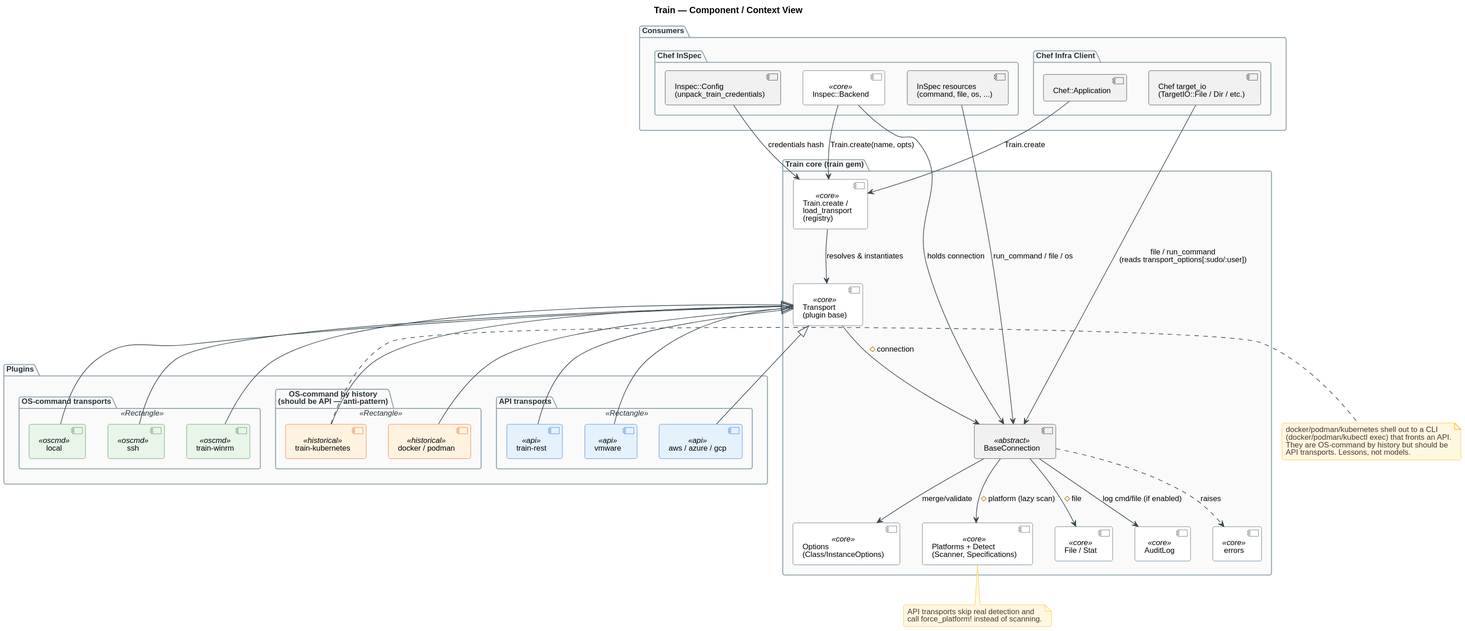
This is context/local/architecture/diagrams/01-component-context.svg from inspec/train, a PlantUML export, as it was before one commit. Its source is kept beside it as context/local/architecture/diagrams/01-component-context.puml.
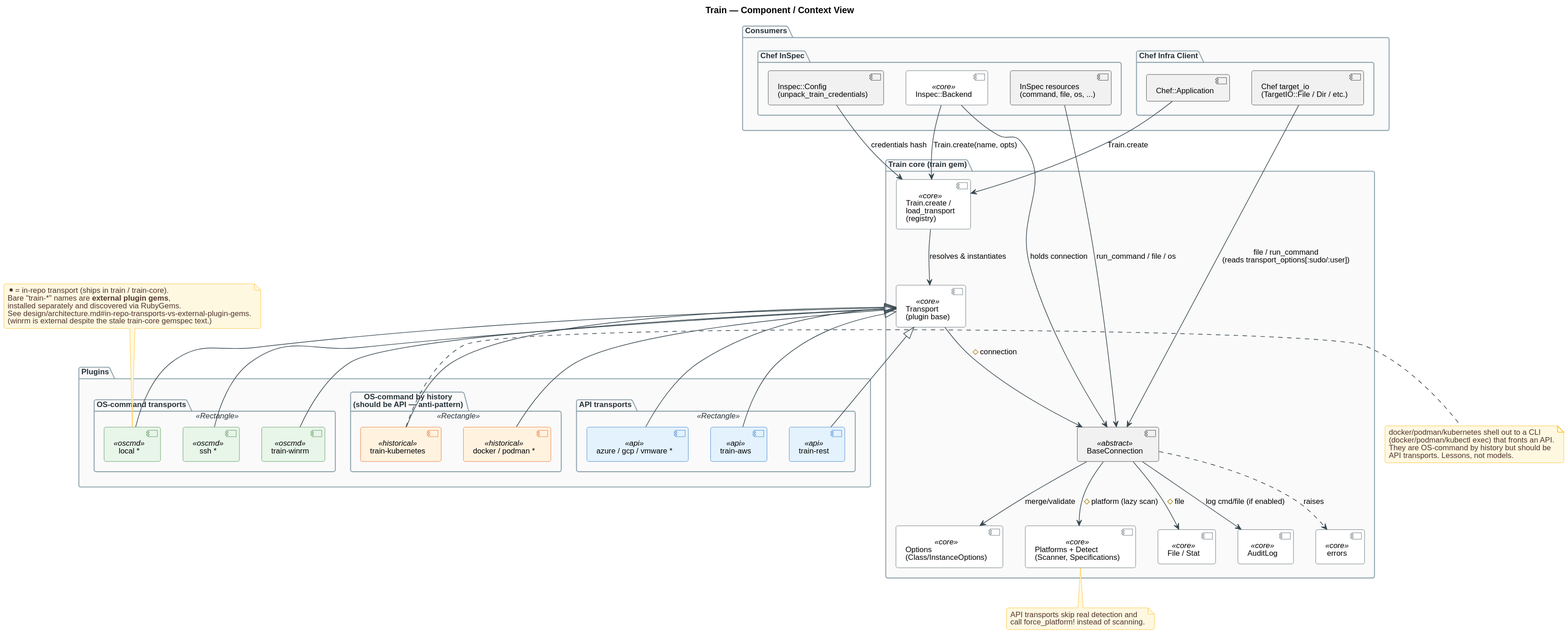
Above is the later version.

Change to the diagram source:
```diff
@@ -28,20 +28,28 @@
 
 package "Plugins" {
   package "OS-command transports" <<Rectangle>> {
-    [local] as PLocal <<oscmd>>
-    [ssh] as PSsh <<oscmd>>
+    [local *] as PLocal <<oscmd>>
+    [ssh *] as PSsh <<oscmd>>
     [train-winrm] as PWinrm <<oscmd>>
   }
   package "OS-command by history\n(should be API — anti-pattern)" <<Rectangle>> {
-    [docker / podman] as PDocker <<historical>>
+    [docker / podman *] as PDocker <<historical>>
     [train-kubernetes] as PK8s <<historical>>
   }
   package "API transports" <<Rectangle>> {
-    [aws / azure / gcp] as PAws <<api>>
+    [azure / gcp / vmware *] as PAzure <<api>>
+    [train-aws] as PAws <<api>>
     [train-rest] as PRest <<api>>
-    [vmware] as PVmware <<api>>
   }
 }
+
+note top of PLocal
+  * = in-repo transport (ships in train / train-core).
+  Bare "train-*" names are **external plugin gems**,
+  installed separately and discovered via RubyGems.
+  See design/architecture.md#in-repo-transports-vs-external-plugin-gems.
+  (winrm is external despite the stale train-core gemspec text.)
+end note
 
 InspecConfig --> TrainEntry : credentials hash
 InspecBackend --> TrainEntry : Train.create(name, opts)
@@ -63,9 +71,9 @@
 Transport <|-- PDocker
 Transport <|-- PWinrm
 Transport <|-- PK8s
+Transport <|-- PAzure
 Transport <|-- PAws
 Transport <|-- PRest
-Transport <|-- PVmware
 
 note bottom of Platforms
   API transports skip real detection and
```
